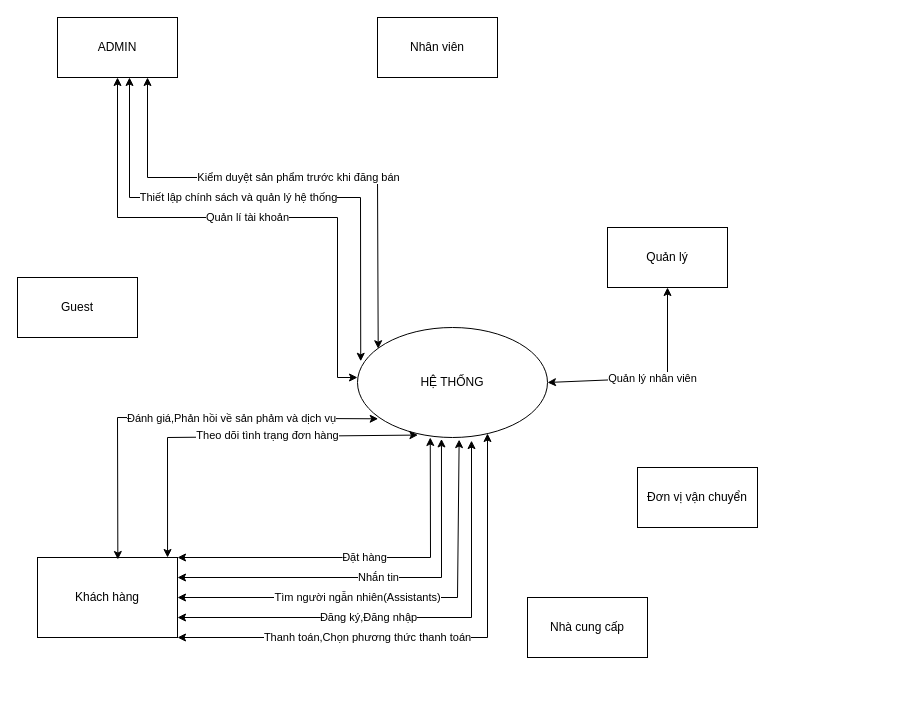
This is HETHONGBANTRASUA_CONTEXT.drawio from NgoAnhThanThien/thanthien123, a draw.io file, before an edit. Source tidied: cells renumbered, new cells numbered last; positions are measured from the earlier drawing's top-left corner, leaving out a move shared by most shapes. Both pictures are drawn from the tidied source at 100%, with x=0, y=0 at pixel (17, 17).
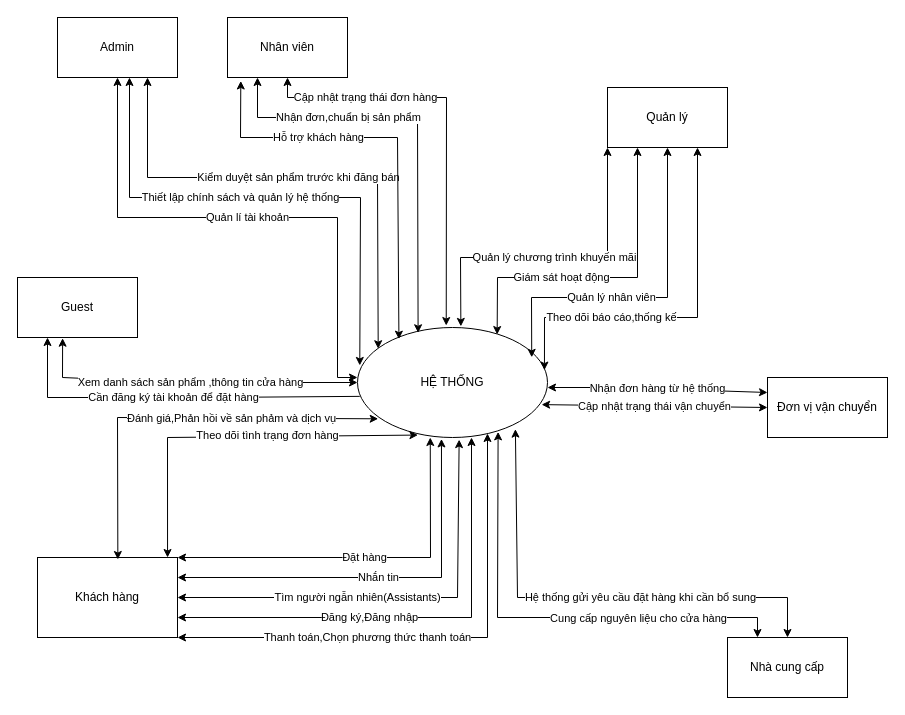
After the change.

The change refers to these unchanged cells:
```xml
<mxCell id="2" value="HỆ THỐNG" style="ellipse;whiteSpace=wrap;html=1;" parent="1" vertex="1">
  <mxGeometry x="340" y="310" width="190" height="110" as="geometry" />
</mxCell>
<mxCell id="3" value="Khách hàng" style="rounded=0;whiteSpace=wrap;html=1;" parent="1" vertex="1">
  <mxGeometry x="20" y="540" width="140" height="80" as="geometry" />
</mxCell>
<mxCell id="14" value="Guest" style="rounded=0;whiteSpace=wrap;html=1;" parent="1" vertex="1">
  <mxGeometry y="260" width="120" height="60" as="geometry" />
</mxCell>
```

What changed in the source:
```diff
@@
-    <mxCell id="4" value="ADMIN" style="rounded=0;whiteSpace=wrap;html=1;" parent="1" vertex="1">
+    <mxCell id="4" value="Admin" style="rounded=0;whiteSpace=wrap;html=1;" parent="1" vertex="1">
       <mxGeometry x="40" width="120" height="60" as="geometry" />
     </mxCell>
@@
     <mxCell id="6" value="Nhân viên" style="rounded=0;whiteSpace=wrap;html=1;" parent="1" vertex="1">
-      <mxGeometry x="360" width="120" height="60" as="geometry" />
+      <mxGeometry x="210" width="120" height="60" as="geometry" />
     </mxCell>
     <mxCell id="7" value="Quản lý" style="rounded=0;whiteSpace=wrap;html=1;" parent="1" vertex="1">
-      <mxGeometry x="590" y="210" width="120" height="60" as="geometry" />
+      <mxGeometry x="590" y="70" width="120" height="60" as="geometry" />
     </mxCell>
     <mxCell id="8" value="Nhà cung cấp" style="rounded=0;whiteSpace=wrap;html=1;" parent="1" vertex="1">
-      <mxGeometry x="510" y="580" width="120" height="60" as="geometry" />
+      <mxGeometry x="710" y="620" width="120" height="60" as="geometry" />
     </mxCell>
@@
     <mxCell id="12" value="Đơn vị vận chuyển" style="rounded=0;whiteSpace=wrap;html=1;" parent="1" vertex="1">
-      <mxGeometry x="620" y="450" width="120" height="60" as="geometry" />
+      <mxGeometry x="750" y="360" width="120" height="60" as="geometry" />
     </mxCell>
-    <mxCell id="13" value="Quản lý nhân viên" style="endArrow=classic;startArrow=classic;html=1;rounded=0;entryX=0.5;entryY=1;entryDx=0;entryDy=0;exitX=1;exitY=0.5;exitDx=0;exitDy=0;" parent="1" edge="1" source="2" target="7">
-      <mxGeometry relative="1" as="geometry">
+    <mxCell id="13" value="Quản lý nhân viên" style="endArrow=classic;startArrow=classic;html=1;rounded=0;entryX=0.5;entryY=1;entryDx=0;entryDy=0;exitX=0.917;exitY=0.271;exitDx=0;exitDy=0;exitPerimeter=0;" parent="1" edge="1" source="2" target="7">
+      <mxGeometry x="-0.19" relative="1" as="geometry">
         <Array as="points">
-          <mxPoint x="650" y="360" />
+          <mxPoint x="514" y="280" />
+          <mxPoint x="650" y="280" />
         </Array>
       </mxGeometry>
     </mxCell>
@@
-    <mxCell id="15" value="Thiết lập chính sách và quản lý hệ thống" style="endArrow=classic;startArrow=classic;html=1;rounded=0;entryX=0.017;entryY=0.307;entryDx=0;entryDy=0;entryPerimeter=0;" parent="1" edge="1" target="2">
+    <mxCell id="15" value="Thiết lập chính sách và quản lý hệ thống" style="endArrow=classic;startArrow=classic;html=1;rounded=0;entryX=0.012;entryY=0.345;entryDx=0;entryDy=0;entryPerimeter=0;" parent="1" edge="1" target="2">
       <mxGeometry x="-0.11" relative="1" as="geometry">
         <mxPoint x="112" y="60" as="sourcePoint" />
         <Array as="points">
           <mxPoint x="112" y="180" />
           <mxPoint x="343" y="180" />
         </Array>
       </mxGeometry>
     </mxCell>
-    <mxCell id="16" value="Đăng ký,Đăng nhập" style="endArrow=classic;startArrow=classic;html=1;rounded=0;exitX=1;exitY=0.75;exitDx=0;exitDy=0;entryX=0.6;entryY=1.028;entryDx=0;entryDy=0;entryPerimeter=0;" parent="1" edge="1" source="3" target="2">
+    <mxCell id="16" value="Đăng ký,Đăng nhập" style="endArrow=classic;startArrow=classic;html=1;rounded=0;exitX=1;exitY=0.75;exitDx=0;exitDy=0;" parent="1" edge="1" source="3">
       <mxGeometry x="-0.19" relative="1" as="geometry">
+        <mxPoint x="454" y="420" as="targetPoint" />
         <Array as="points">
           <mxPoint x="454" y="600" />
         </Array>
       </mxGeometry>
     </mxCell>
@@
+    <mxCell id="21" style="endArrow=classic;startArrow=classic;html=1;rounded=0;entryX=0.74;entryY=0.949;entryDx=0;entryDy=0;entryPerimeter=0;exitX=0.25;exitY=0;exitDx=0;exitDy=0;" parent="1" edge="1" source="8" target="2">
+      <mxGeometry relative="1" as="geometry">
+        <Array as="points">
+          <mxPoint x="740" y="600" />
+          <mxPoint x="480" y="600" />
+        </Array>
+      </mxGeometry>
+    </mxCell>
+    <mxCell id="22" value="Cung cấp nguyên liệu cho cửa hàng" style="edgeLabel;html=1;align=center;verticalAlign=middle;" parent="21" vertex="1">
+      <mxGeometry x="-0.62" y="-1" relative="1" as="geometry">
+        <mxPoint x="-52" y="1" as="offset" />
+      </mxGeometry>
+    </mxCell>
+    <mxCell id="23" value="Hệ thống gửi yêu cầu đặt hàng khi cần bổ sung" style="endArrow=classic;startArrow=classic;html=1;rounded=0;exitX=0.5;exitY=0;exitDx=0;exitDy=0;entryX=0.831;entryY=0.924;entryDx=0;entryDy=0;entryPerimeter=0;" parent="1" edge="1" source="8" target="2">
+      <mxGeometry x="-0.22" relative="1" as="geometry">
+        <Array as="points">
+          <mxPoint x="770" y="580" />
+          <mxPoint x="500" y="580" />
+        </Array>
+      </mxGeometry>
+    </mxCell>
+    <mxCell id="24" value="Xem danh sách sản phẩm ,thông tin cửa hàng" style="endArrow=classic;startArrow=classic;html=1;rounded=0;exitX=0.376;exitY=1.012;exitDx=0;exitDy=0;entryX=0;entryY=0.5;entryDx=0;entryDy=0;exitPerimeter=0;" parent="1" edge="1" source="14" target="2">
+      <mxGeometry relative="1" as="geometry">
+        <Array as="points">
+          <mxPoint x="45" y="360" />
+          <mxPoint x="160" y="365" />
+        </Array>
+      </mxGeometry>
+    </mxCell>
+    <mxCell id="25" value="Cần đăng ký tài khoản để đặt hàng" style="endArrow=classic;html=1;rounded=0;entryX=0.25;entryY=1;entryDx=0;entryDy=0;exitX=0.012;exitY=0.626;exitDx=0;exitDy=0;exitPerimeter=0;" parent="1" edge="1" source="2" target="14">
+      <mxGeometry relative="1" as="geometry">
+        <Array as="points">
+          <mxPoint x="190" y="380" />
+          <mxPoint x="30" y="380" />
+        </Array>
+      </mxGeometry>
+    </mxCell>
+    <mxCell id="26" value="Nhận đơn,chuẩn bị sản phẩm" style="endArrow=classic;startArrow=classic;html=1;rounded=0;entryX=0.25;entryY=1;entryDx=0;entryDy=0;exitX=0.319;exitY=0.048;exitDx=0;exitDy=0;exitPerimeter=0;" parent="1" edge="1" source="2" target="6">
+      <mxGeometry x="0.37" relative="1" as="geometry">
+        <Array as="points">
+          <mxPoint x="400" y="100" />
+          <mxPoint x="240" y="100" />
+        </Array>
+      </mxGeometry>
+    </mxCell>
+    <mxCell id="27" value="Cập nhật trạng thái đơn hàng" style="endArrow=classic;startArrow=classic;html=1;rounded=0;entryX=0.5;entryY=1;entryDx=0;entryDy=0;exitX=0.467;exitY=-0.018;exitDx=0;exitDy=0;exitPerimeter=0;" parent="1" edge="1" source="2" target="6">
+      <mxGeometry x="0.52" relative="1" as="geometry">
+        <Array as="points">
+          <mxPoint x="429" y="80" />
+          <mxPoint x="270" y="80" />
+        </Array>
+      </mxGeometry>
+    </mxCell>
+    <mxCell id="28" value="Hỗ trợ khách hàng" style="endArrow=classic;startArrow=classic;html=1;rounded=0;exitX=0.111;exitY=1.058;exitDx=0;exitDy=0;exitPerimeter=0;entryX=0.218;entryY=0.106;entryDx=0;entryDy=0;entryPerimeter=0;" parent="1" edge="1" source="6" target="2">
+      <mxGeometry x="-0.35" relative="1" as="geometry">
+        <Array as="points">
+          <mxPoint x="223" y="120" />
+          <mxPoint x="380" y="120" />
+        </Array>
+      </mxGeometry>
+    </mxCell>
+    <mxCell id="29" value="Giám sát hoạt động" style="endArrow=classic;startArrow=classic;html=1;rounded=0;exitX=0.735;exitY=0.064;exitDx=0;exitDy=0;entryX=0.25;entryY=1;entryDx=0;entryDy=0;exitPerimeter=0;" parent="1" edge="1" source="2" target="7">
+      <mxGeometry x="-0.26" relative="1" as="geometry">
+        <Array as="points">
+          <mxPoint x="480" y="260" />
+          <mxPoint x="620" y="260" />
+        </Array>
+      </mxGeometry>
+    </mxCell>
+    <mxCell id="30" value="Quản lý chương trình khuyến mãi" style="endArrow=classic;startArrow=classic;html=1;rounded=0;exitX=0.544;exitY=-0.01;exitDx=0;exitDy=0;exitPerimeter=0;entryX=0;entryY=1;entryDx=0;entryDy=0;" parent="1" edge="1" source="2" target="7">
+      <mxGeometry relative="1" as="geometry">
+        <Array as="points">
+          <mxPoint x="443" y="240" />
+          <mxPoint x="590" y="240" />
+        </Array>
+      </mxGeometry>
+    </mxCell>
+    <mxCell id="31" value="Nhận đơn hàng từ hệ thống" style="endArrow=classic;startArrow=classic;html=1;rounded=0;entryX=0;entryY=0.25;entryDx=0;entryDy=0;" parent="1" edge="1" target="12">
+      <mxGeometry relative="1" as="geometry">
+        <mxPoint x="530" y="370" as="sourcePoint" />
+        <Array as="points">
+          <mxPoint x="600" y="370" />
+        </Array>
+      </mxGeometry>
+    </mxCell>
+    <mxCell id="32" value="Cập nhật trạng thái vận chuyển" style="endArrow=classic;startArrow=classic;html=1;rounded=0;entryX=0;entryY=0.5;entryDx=0;entryDy=0;exitX=0.969;exitY=0.701;exitDx=0;exitDy=0;exitPerimeter=0;" parent="1" edge="1" source="2" target="12">
+      <mxGeometry relative="1" as="geometry" />
+    </mxCell>
+    <mxCell id="33" value="Theo dõi báo cáo,thống kế" style="endArrow=classic;startArrow=classic;html=1;rounded=0;exitX=0.984;exitY=0.387;exitDx=0;exitDy=0;exitPerimeter=0;entryX=0.75;entryY=1;entryDx=0;entryDy=0;" parent="1" edge="1" source="2" target="7">
+      <mxGeometry x="-0.36" relative="1" as="geometry">
+        <Array as="points">
+          <mxPoint x="527" y="300" />
+          <mxPoint x="680" y="300" />
+        </Array>
+      </mxGeometry>
+    </mxCell>
```
